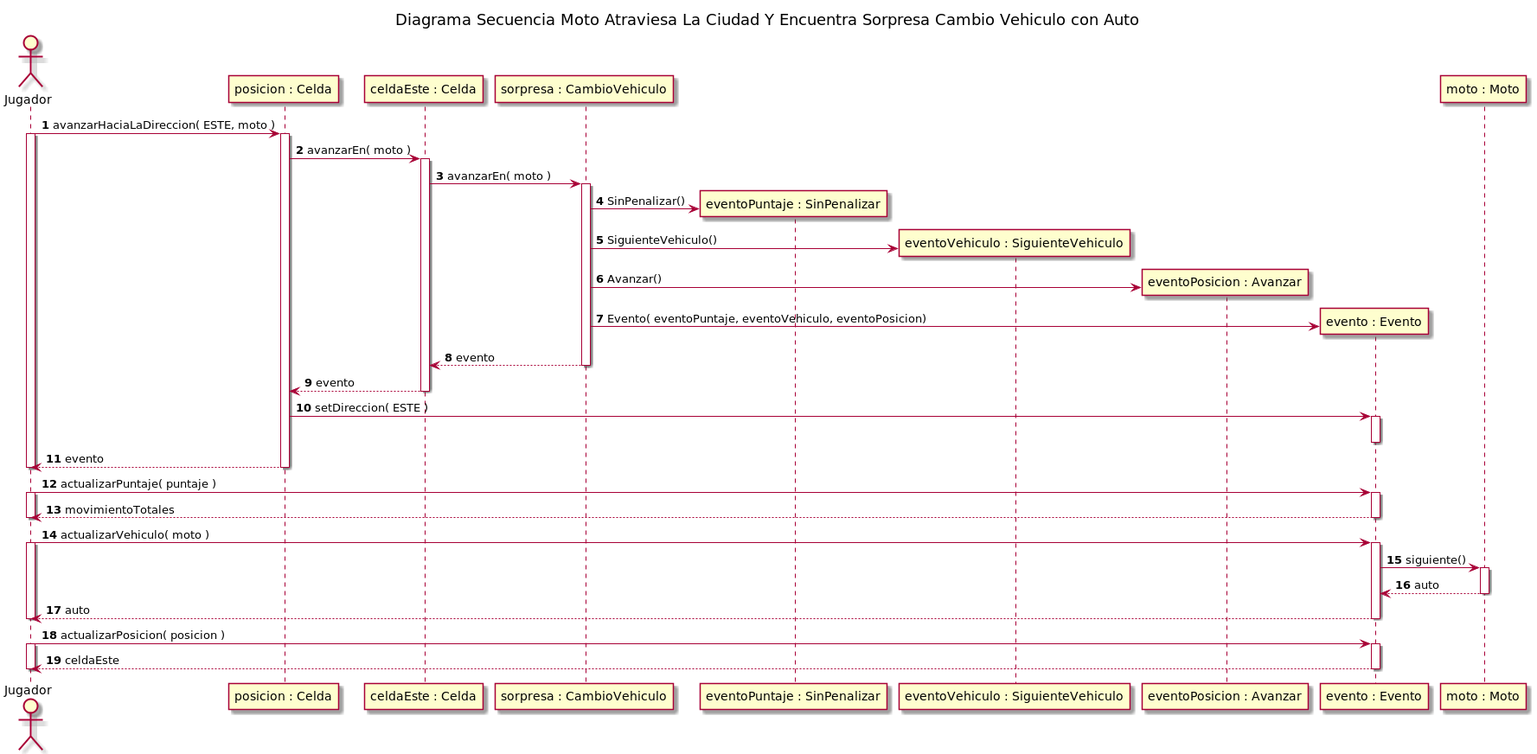
rodrigovzq/algo3_tp2 keeps this PlantUML diagram as diagrams/sequences/entrega2/img/CasoMotoAtraviesaLaCiudadYEncuentraSorpresaCambioVehiculoConAuto.png. Above is the earlier version.
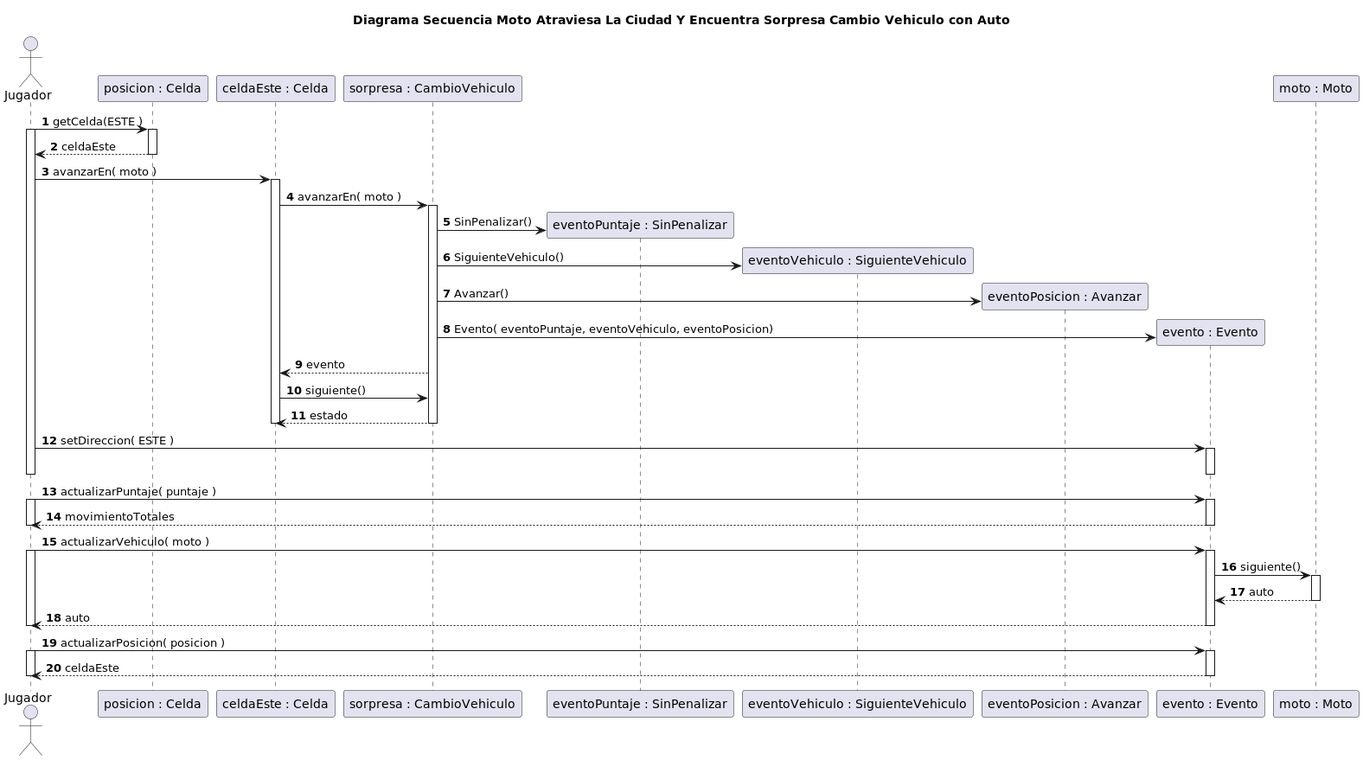
Above is the later version.

What changed in the source:
```diff
@@ -5,10 +5,12 @@
 
 actor Jugador
 
-Jugador -> "posicion : Celda"++: avanzarHaciaLaDireccion( ESTE, moto )
+Jugador -> "posicion : Celda"++: getCelda(ESTE )
 
 activate Jugador
-"posicion : Celda" -> "celdaEste : Celda"++: avanzarEn( moto )
+"posicion : Celda" --> Jugador: celdaEste
+deactivate "posicion : Celda"
+Jugador -> "celdaEste : Celda"++: avanzarEn( moto )
 
 
 "celdaEste : Celda" -> "sorpresa : CambioVehiculo"++: avanzarEn( moto )
@@ -26,13 +28,13 @@
 "sorpresa : CambioVehiculo"  -> "evento : Evento": Evento( eventoPuntaje, eventoVehiculo, eventoPosicion)
 
 "sorpresa : CambioVehiculo" --> "celdaEste : Celda": evento
-deactivate "sorpresa : CambioVehiculo"
-"celdaEste : Celda" --> "posicion : Celda": evento
+"celdaEste : Celda" -> "sorpresa : CambioVehiculo": siguiente()
+"sorpresa : CambioVehiculo" --> "celdaEste : Celda"--: estado
 deactivate "celdaEste : Celda"
 
-"posicion : Celda" -> "evento : Evento"++: setDireccion( ESTE )
+Jugador -> "evento : Evento"++: setDireccion( ESTE )
 deactivate "evento : Evento"
-"posicion : Celda" --> Jugador--: evento
+
 deactivate Jugador
 
 
```
